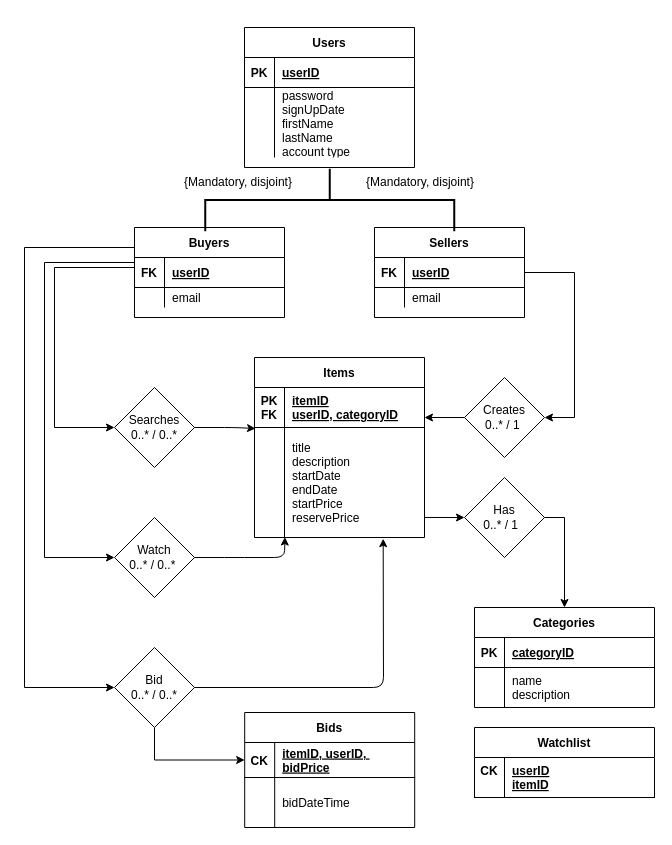
This is ER_diagram.drawio from shaundbs/databases-coursework, a draw.io file, before an edit. Source tidied: cells renumbered, new cells numbered last; positions are measured from the earlier drawing's top-left corner, leaving out a move shared by most shapes. Both pictures are drawn from the tidied source at 100%, with x=0, y=0 at pixel (24, 27).
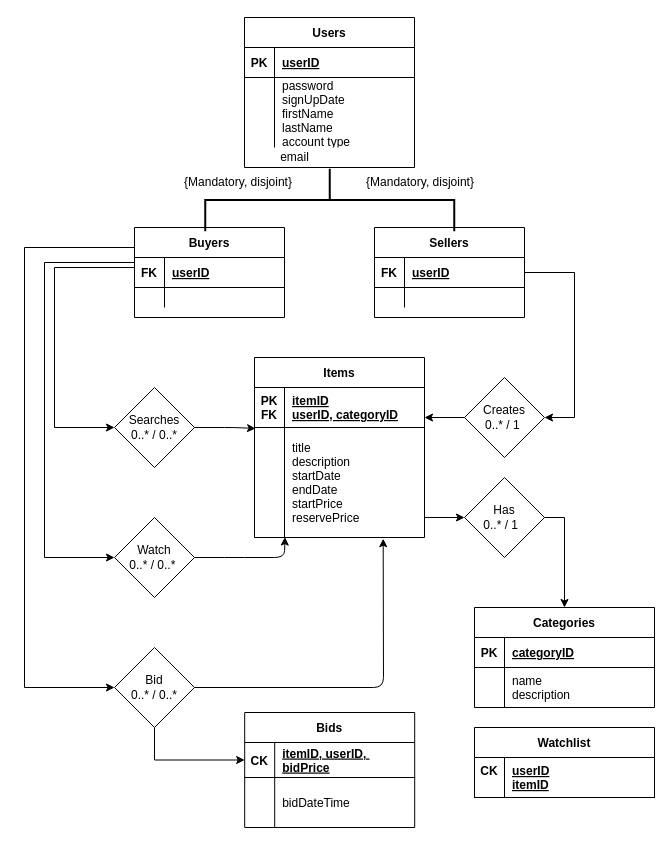
The same diagram, later.

Unchanged cells that the change refers to:
```xml
<mxCell id="7" style="shape=partialRectangle;fillColor=none;points=[[0,0.5],[1,0.5]];portConstraint=eastwest;top=0;left=0;right=0;bottom=0;" parent="3" vertex="1">
  <mxGeometry y="60" width="150" height="20" as="geometry" />
</mxCell>
<mxCell id="14" style="shape=partialRectangle;fillColor=none;top=0;left=0;right=0;bottom=0;" parent="10" vertex="1">
  <mxGeometry y="60" width="150" height="20" as="geometry" />
</mxCell>
<mxCell id="22" style="shape=partialRectangle;fillColor=none;top=0;left=0;right=0;bottom=0;" parent="18" vertex="1">
  <mxGeometry y="60" width="170" height="70" as="geometry" />
</mxCell>
```

What changed in the source:
```diff
@@
-    <mxCell id="9" value="email" style="shape=partialRectangle;overflow=hidden;fillColor=none;top=0;left=0;bottom=0;right=0;align=left;spacingLeft=6;" parent="7" vertex="1">
+    <mxCell id="9" style="shape=partialRectangle;overflow=hidden;fillColor=none;top=0;left=0;bottom=0;right=0;align=left;spacingLeft=6;" parent="7" vertex="1">
       <mxGeometry x="30" width="120" height="20" as="geometry" />
     </mxCell>
@@
-    <mxCell id="16" value="email" style="shape=partialRectangle;overflow=hidden;fillColor=none;top=0;left=0;bottom=0;right=0;align=left;spacingLeft=6;" parent="14" vertex="1">
+    <mxCell id="16" style="shape=partialRectangle;overflow=hidden;fillColor=none;top=0;left=0;bottom=0;right=0;align=left;spacingLeft=6;" parent="14" vertex="1">
       <mxGeometry x="30" width="120" height="20" as="geometry" />
     </mxCell>
@@
     <mxCell id="18" value="Users" style="shape=table;startSize=30;childLayout=tableLayout;rowLines=0;fontStyle=1;align=center;" parent="1" vertex="1">
-      <mxGeometry x="220" width="170" height="140" as="geometry" />
+      <mxGeometry x="220" y="-10" width="170" height="150" as="geometry" />
     </mxCell>
@@
-    <mxCell id="24" value="password&#10;signUpDate&#10;firstName&#10;lastName&#10;account type" style="shape=partialRectangle;overflow=hidden;fillColor=none;top=0;left=0;bottom=0;right=0;align=left;spacingLeft=6;" parent="22" vertex="1">
+    <mxCell id="24" value="password&#10;signUpDate&#10;firstName&#10;lastName&#10;account type&#10;" style="shape=partialRectangle;overflow=hidden;fillColor=none;top=0;left=0;bottom=0;right=0;align=left;spacingLeft=6;" parent="22" vertex="1">
       <mxGeometry x="30" width="140" height="70" as="geometry" />
     </mxCell>
@@
+    <mxCell id="67" value="email" style="text;html=1;align=center;verticalAlign=middle;" parent="1" vertex="1">
+      <mxGeometry x="250" y="120" width="40" height="20" as="geometry" />
+    </mxCell>
```
